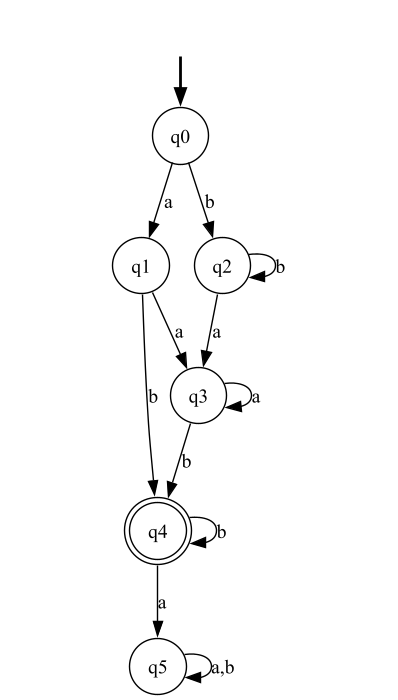
borisonekenobi/se3310-assignment2-bvasilev keeps this Graphviz diagram as a2_q3.png. Above is the earlier version. Its source is kept beside it as a2_q3.dot.
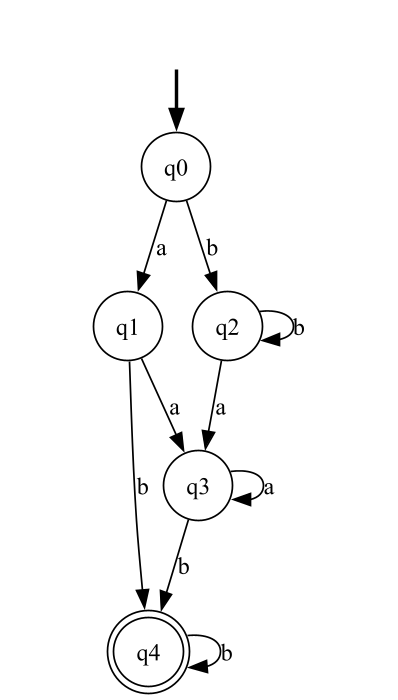
After the commit.

Diff of the diagram source:
```diff
@@ -1,21 +1,19 @@
-digraph {
+digraph NFA {
     fake [style = invisible]
     q0 [root = true, shape = circle]
-    fake -> q0 [style = bold]
     q1 [shape = circle]
     q2 [shape = circle]
     q3 [shape = circle]
     q4 [shape = doublecircle]
-    q5 [shape = circle]
-    q0 -> q1 [label = "a"];
-    q0 -> q2 [label = "b"];
-    q1 -> q3 [label = "a"];
-    q1 -> q4 [label = "b"];
-    q2 -> q3 [label = "a"];
-    q2 -> q2 [label = "b"];
-    q3 -> q3 [label = "a"];
-    q3 -> q4 [label = "b"];
-    q4 -> q5 [label = "a"];
-    q4 -> q4 [label = "b"];
-    q5 -> q5 [label = "a,b"];
+
+    fake -> q0 [style = bold]
+    q0 -> q1 [label = "a"]
+    q0 -> q2 [label = "b"]
+    q1 -> q3 [label = "a"]
+    q1 -> q4 [label = "b"]
+    q2 -> q3 [label = "a"]
+    q2 -> q2 [label = "b"]
+    q3 -> q3 [label = "a"]
+    q3 -> q4 [label = "b"]
+    q4 -> q4 [label = "b"]
 }
```
